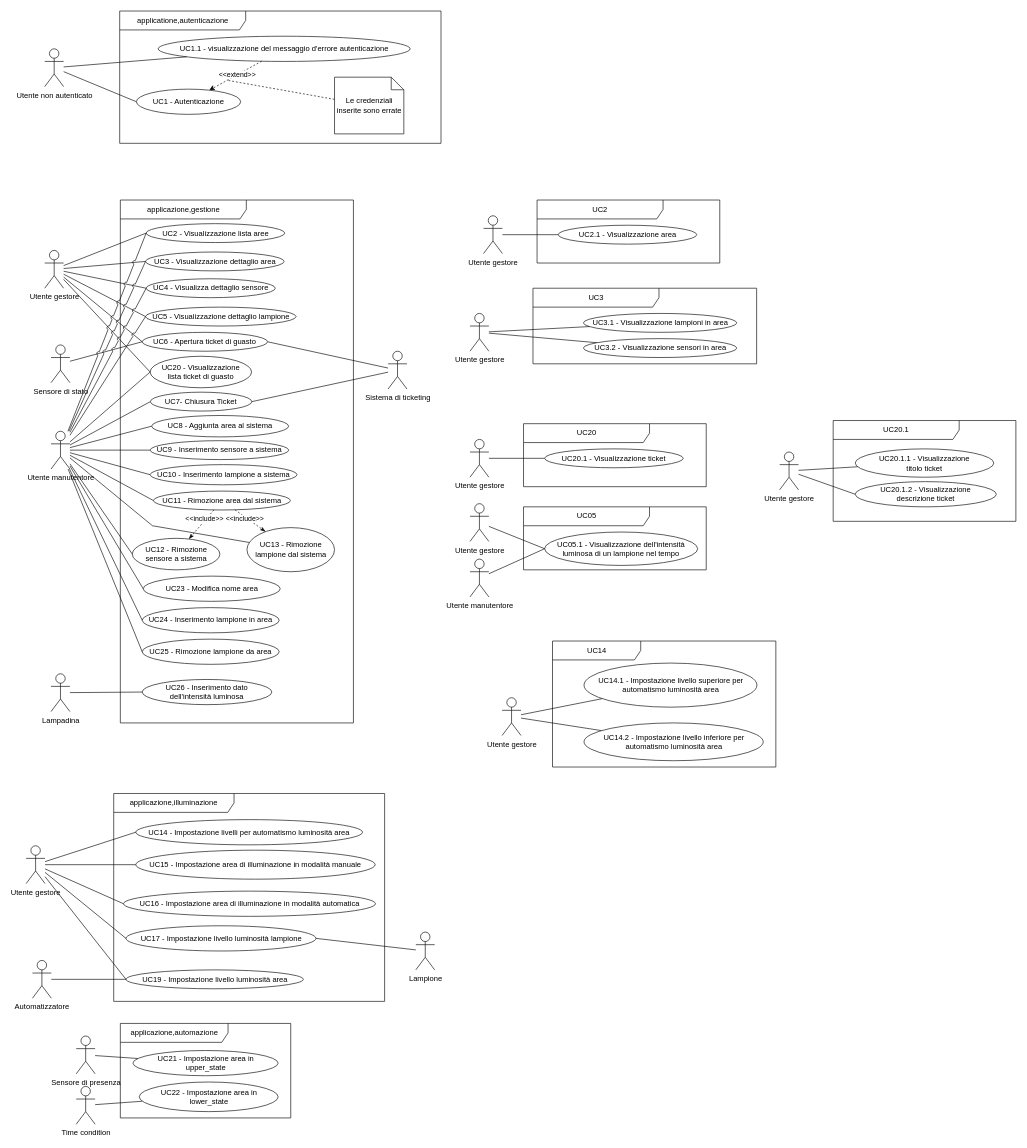
Earlier version of the draw.io diagram page "OK" (1 of 8) of casi_uso_grafici.drawio (SWEasabi/analisi-dei-requisiti). Source tidied: cells renumbered, new cells numbered last; positions are measured from the earlier drawing's top-left corner, leaving out a move shared by most shapes. Both pictures are drawn from the tidied source at 63%, with x=0, y=0 at pixel (26, 11).
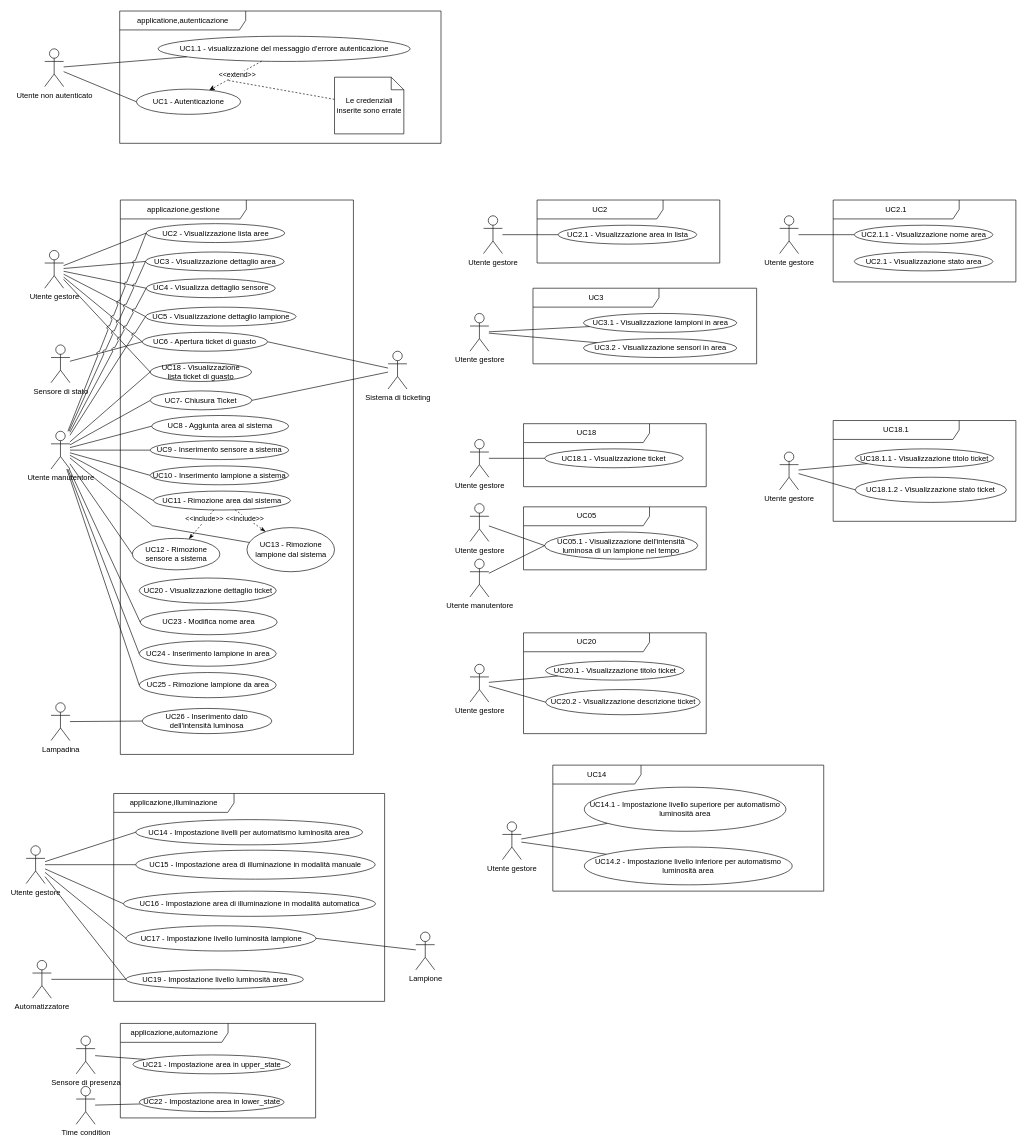
The same diagram, later.

Change to the diagram source:
```diff
@@
     <mxCell id="3" value="applicazione,gestione" style="shape=umlFrame;whiteSpace=wrap;html=1;width=200;height=30;" parent="1" vertex="1">
-      <mxGeometry x="149.5" y="300" width="370" height="830" as="geometry" />
+      <mxGeometry x="149.5" y="300" width="370" height="880" as="geometry" />
     </mxCell>
@@
     <mxCell id="29" value="UC14" style="shape=umlFrame;whiteSpace=wrap;html=1;width=140;height=30;" parent="1" vertex="1">
-      <mxGeometry x="835.5" y="1000" width="354.5" height="200" as="geometry" />
+      <mxGeometry x="836" y="1197" width="430" height="200" as="geometry" />
     </mxCell>
@@
     <mxCell id="32" value="Utente gestore" style="shape=umlActor;verticalLabelPosition=bottom;verticalAlign=top;html=1;outlineConnect=0;gradientColor=none;" parent="1" vertex="1">
-      <mxGeometry x="755.5" y="1090" width="30" height="60" as="geometry" />
+      <mxGeometry x="756" y="1287" width="30" height="60" as="geometry" />
     </mxCell>
-    <mxCell id="33" value="UC14.1 - Impostazione livello superiore per &lt;br&gt;automatismo luminosità area" style="ellipse;whiteSpace=wrap;html=1;" parent="1" vertex="1">
-      <mxGeometry x="885.5" y="1035" width="274.5" height="70" as="geometry" />
+    <mxCell id="33" value="UC14.1 - Impostazione livello superiore per automatismo luminosità area" style="ellipse;whiteSpace=wrap;html=1;" parent="1" vertex="1">
+      <mxGeometry x="886" y="1232" width="320" height="70" as="geometry" />
     </mxCell>
-    <mxCell id="34" value="UC14.2 - Impostazione livello inferiore per &lt;br&gt;automatismo luminosità area" style="ellipse;whiteSpace=wrap;html=1;" parent="1" vertex="1">
-      <mxGeometry x="885.5" y="1130" width="284.5" height="60" as="geometry" />
+    <mxCell id="34" value="UC14.2 - Impostazione livello inferiore per automatismo luminosità area" style="ellipse;whiteSpace=wrap;html=1;" parent="1" vertex="1">
+      <mxGeometry x="886" y="1327" width="330" height="60" as="geometry" />
     </mxCell>
@@
-    <mxCell id="37" value="UC2.1 - Visualizzazione area" style="ellipse;whiteSpace=wrap;html=1;" parent="1" vertex="1">
+    <mxCell id="37" value="UC2.1 - Visualizzazione area in lista" style="ellipse;whiteSpace=wrap;html=1;" parent="1" vertex="1">
       <mxGeometry x="844.5" y="340" width="220" height="30" as="geometry" />
     </mxCell>
@@
     <mxCell id="53" value="UC10 - Inserimento lampione a sistema" style="ellipse;whiteSpace=wrap;html=1;" parent="1" vertex="1">
-      <mxGeometry x="196.8" y="720" width="233.2" height="32" as="geometry" />
+      <mxGeometry x="196.8" y="722" width="220" height="30" as="geometry" />
     </mxCell>
@@
     <mxCell id="57" value="UC7- Chiusura Ticket" style="ellipse;whiteSpace=wrap;html=1;" parent="1" vertex="1">
-      <mxGeometry x="197.2" y="605" width="161" height="30" as="geometry" />
+      <mxGeometry x="197.2" y="603" width="161" height="30" as="geometry" />
     </mxCell>
@@
     <mxCell id="79" value="applicazione,automazione" style="shape=umlFrame;whiteSpace=wrap;html=1;width=171;height=30;" parent="1" vertex="1">
-      <mxGeometry x="149.5" y="1607" width="270.5" height="150" as="geometry" />
+      <mxGeometry x="149.5" y="1607" width="310" height="150" as="geometry" />
     </mxCell>
@@
-    <mxCell id="82" value="UC21 - Impostazione area in &lt;br&gt;upper_state" style="ellipse;whiteSpace=wrap;html=1;gradientColor=none;" parent="1" vertex="1">
-      <mxGeometry x="169.5" y="1650" width="230.5" height="40" as="geometry" />
+    <mxCell id="82" value="UC21 - Impostazione area in upper_state" style="ellipse;whiteSpace=wrap;html=1;gradientColor=none;" parent="1" vertex="1">
+      <mxGeometry x="169.5" y="1657" width="250" height="30" as="geometry" />
     </mxCell>
@@
-    <mxCell id="85" value="UC22 - Impostazione area in &lt;br&gt;lower_state" style="ellipse;whiteSpace=wrap;html=1;gradientColor=none;" parent="1" vertex="1">
-      <mxGeometry x="179.5" y="1700" width="220.5" height="47" as="geometry" />
+    <mxCell id="85" value="UC22 - Impostazione area in lower_state" style="ellipse;whiteSpace=wrap;html=1;gradientColor=none;" parent="1" vertex="1">
+      <mxGeometry x="179.5" y="1717" width="230" height="30" as="geometry" />
     </mxCell>
@@
-    <mxCell id="87" value="UC20 - Visualizzazione lista&amp;nbsp;ticket di guasto" style="ellipse;whiteSpace=wrap;html=1;" parent="1" vertex="1">
-      <mxGeometry x="196.8" y="548" width="161" height="50" as="geometry" />
+    <mxCell id="87" value="UC18&amp;nbsp;- Visualizzazione lista&amp;nbsp;ticket di guasto" style="ellipse;whiteSpace=wrap;html=1;" parent="1" vertex="1">
+      <mxGeometry x="196.8" y="558" width="161" height="30" as="geometry" />
     </mxCell>
@@
     <mxCell id="90" value="UC23 - Modifica nome area" style="ellipse;whiteSpace=wrap;html=1;" parent="1" vertex="1">
-      <mxGeometry x="185.8" y="897" width="217.5" height="40" as="geometry" />
+      <mxGeometry x="181" y="950" width="217.5" height="40" as="geometry" />
     </mxCell>
@@
     <mxCell id="92" value="UC24 - Inserimento lampione in area" style="ellipse;whiteSpace=wrap;html=1;" parent="1" vertex="1">
-      <mxGeometry x="184.2" y="947" width="217.5" height="40" as="geometry" />
+      <mxGeometry x="179.5" y="1000" width="217.5" height="40" as="geometry" />
     </mxCell>
     <mxCell id="93" value="UC25&amp;nbsp;- Rimozione lampione da area" style="ellipse;whiteSpace=wrap;html=1;" parent="1" vertex="1">
-      <mxGeometry x="184.2" y="997" width="217.5" height="40" as="geometry" />
+      <mxGeometry x="179.5" y="1050" width="217.5" height="40" as="geometry" />
     </mxCell>
@@
-    <mxCell id="96" value="UC20" style="shape=umlFrame;whiteSpace=wrap;html=1;width=200;height=30;" parent="1" vertex="1">
+    <mxCell id="96" value="UC18" style="shape=umlFrame;whiteSpace=wrap;html=1;width=200;height=30;" parent="1" vertex="1">
       <mxGeometry x="789.5" y="655" width="290" height="100" as="geometry" />
     </mxCell>
@@
-    <mxCell id="98" value="UC20.1 - Visualizzazione ticket" style="ellipse;whiteSpace=wrap;html=1;" parent="1" vertex="1">
+    <mxCell id="98" value="UC18.1 - Visualizzazione ticket" style="ellipse;whiteSpace=wrap;html=1;" parent="1" vertex="1">
       <mxGeometry x="823" y="695" width="220" height="30" as="geometry" />
     </mxCell>
@@
-    <mxCell id="100" value="UC20.1" style="shape=umlFrame;whiteSpace=wrap;html=1;width=200;height=30;" parent="1" vertex="1">
+    <mxCell id="100" value="UC18.1" style="shape=umlFrame;whiteSpace=wrap;html=1;width=200;height=30;" parent="1" vertex="1">
       <mxGeometry x="1281" y="650" width="290" height="160" as="geometry" />
     </mxCell>
@@
-    <mxCell id="102" value="UC20.1.1 - Visualizzazione &lt;br&gt;titolo ticket" style="ellipse;whiteSpace=wrap;html=1;" parent="1" vertex="1">
-      <mxGeometry x="1316" y="695" width="220" height="45" as="geometry" />
+    <mxCell id="102" value="UC18.1.1 - Visualizzazione titolo ticket" style="ellipse;whiteSpace=wrap;html=1;" parent="1" vertex="1">
+      <mxGeometry x="1316" y="695" width="220" height="30" as="geometry" />
     </mxCell>
@@
-    <mxCell id="104" value="UC20.1.2 - Visualizzazione &lt;br&gt;descrizione ticket" style="ellipse;whiteSpace=wrap;html=1;" parent="1" vertex="1">
-      <mxGeometry x="1316" y="747" width="224" height="40" as="geometry" />
+    <mxCell id="104" value="UC18.1.2 - Visualizzazione stato ticket" style="ellipse;whiteSpace=wrap;html=1;" parent="1" vertex="1">
+      <mxGeometry x="1316" y="740" width="240" height="40" as="geometry" />
     </mxCell>
@@
     <mxCell id="110" value="Lampadina" style="shape=umlActor;verticalLabelPosition=bottom;verticalAlign=top;html=1;outlineConnect=0;gradientColor=none;" parent="1" vertex="1">
-      <mxGeometry x="39.5" y="1052" width="30" height="60" as="geometry" />
+      <mxGeometry x="39.5" y="1098" width="30" height="60" as="geometry" />
     </mxCell>
     <mxCell id="111" value="UC26 - Inserimento dato &lt;br&gt;dell'intensità luminosa" style="ellipse;whiteSpace=wrap;html=1;" parent="1" vertex="1">
-      <mxGeometry x="184.2" y="1061" width="205.8" height="40" as="geometry" />
+      <mxGeometry x="184.2" y="1107" width="205.8" height="40" as="geometry" />
     </mxCell>
@@
     <mxCell id="115" value="UC05.1 -&amp;nbsp;&lt;span style=&quot;background-color: initial;&quot;&gt;Visualizzazione dell'intensità&lt;/span&gt;&lt;div&gt;luminosa di un lampione nel tempo&lt;/div&gt;" style="ellipse;whiteSpace=wrap;html=1;" parent="1" vertex="1">
-      <mxGeometry x="823" y="827" width="243" height="53" as="geometry" />
+      <mxGeometry x="823" y="827" width="243" height="43" as="geometry" />
     </mxCell>
@@
+    <mxCell id="119" value="UC20 - Visualizzazione dettaglio ticket" style="ellipse;whiteSpace=wrap;html=1;" parent="1" vertex="1">
+      <mxGeometry x="179.5" y="900" width="217.5" height="40" as="geometry" />
+    </mxCell>
+    <mxCell id="120" value="UC20" style="shape=umlFrame;whiteSpace=wrap;html=1;width=200;height=30;" parent="1" vertex="1">
+      <mxGeometry x="789.5" y="987" width="290" height="160" as="geometry" />
+    </mxCell>
+    <mxCell id="121" value="Utente gestore" style="shape=umlActor;verticalLabelPosition=bottom;verticalAlign=top;html=1;outlineConnect=0;gradientColor=none;" parent="1" vertex="1">
+      <mxGeometry x="704.5" y="1037" width="30" height="60" as="geometry" />
+    </mxCell>
+    <mxCell id="122" value="UC20.1 - Visualizzazione titolo ticket" style="ellipse;whiteSpace=wrap;html=1;" parent="1" vertex="1">
+      <mxGeometry x="824.5" y="1032" width="220" height="30" as="geometry" />
+    </mxCell>
+    <mxCell id="123" style="edgeStyle=none;rounded=0;jumpStyle=none;jumpSize=15;jettySize=auto;html=1;endArrow=none;endFill=0;" parent="1" edge="1" source="121" target="122">
+      <mxGeometry relative="1" as="geometry" />
+    </mxCell>
+    <mxCell id="124" value="UC20.2 - Visualizzazione descrizione ticket" style="ellipse;whiteSpace=wrap;html=1;" parent="1" vertex="1">
+      <mxGeometry x="824.5" y="1077" width="245.5" height="40" as="geometry" />
+    </mxCell>
+    <mxCell id="125" style="edgeStyle=none;rounded=0;jumpStyle=none;jumpSize=15;jettySize=auto;html=1;endArrow=none;endFill=0;entryX=0;entryY=0.5;entryDx=0;entryDy=0;" parent="1" edge="1" source="121" target="124">
+      <mxGeometry relative="1" as="geometry" />
+    </mxCell>
+    <mxCell id="126" value="UC2.1" style="shape=umlFrame;whiteSpace=wrap;html=1;width=200;height=30;" parent="1" vertex="1">
+      <mxGeometry x="1281" y="300" width="290" height="130" as="geometry" />
+    </mxCell>
+    <mxCell id="127" value="Utente gestore" style="shape=umlActor;verticalLabelPosition=bottom;verticalAlign=top;html=1;outlineConnect=0;gradientColor=none;" parent="1" vertex="1">
+      <mxGeometry x="1196" y="325" width="30" height="60" as="geometry" />
+    </mxCell>
+    <mxCell id="128" value="UC2.1.1 - Visualizzazione nome area" style="ellipse;whiteSpace=wrap;html=1;" parent="1" vertex="1">
+      <mxGeometry x="1314.5" y="340" width="220" height="30" as="geometry" />
+    </mxCell>
+    <mxCell id="129" style="edgeStyle=none;rounded=0;jumpStyle=none;jumpSize=15;jettySize=auto;html=1;endArrow=none;endFill=0;" parent="1" edge="1" source="127" target="128">
+      <mxGeometry relative="1" as="geometry" />
+    </mxCell>
+    <mxCell id="130" value="UC2.1 - Visualizzazione stato area" style="ellipse;whiteSpace=wrap;html=1;" parent="1" vertex="1">
+      <mxGeometry x="1314.5" y="382.5" width="220" height="30" as="geometry" />
+    </mxCell>
```
